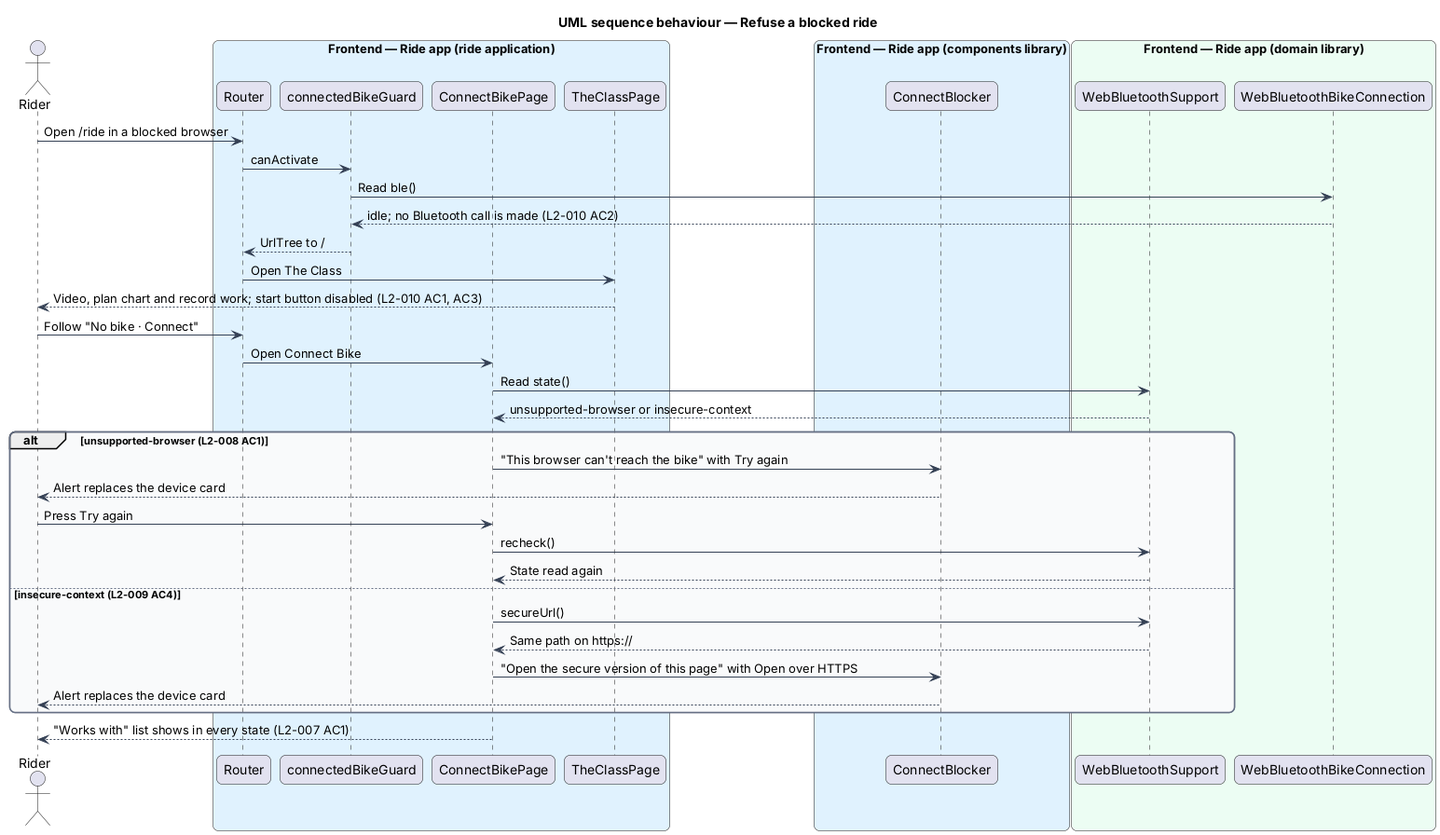
Earlier version of the PlantUML export docs/detailed-designs/bike/check-bike-and-browser-support/diagrams/sequence-refuse-a-blocked-ride.png (QuinntyneBrown/ride-one).
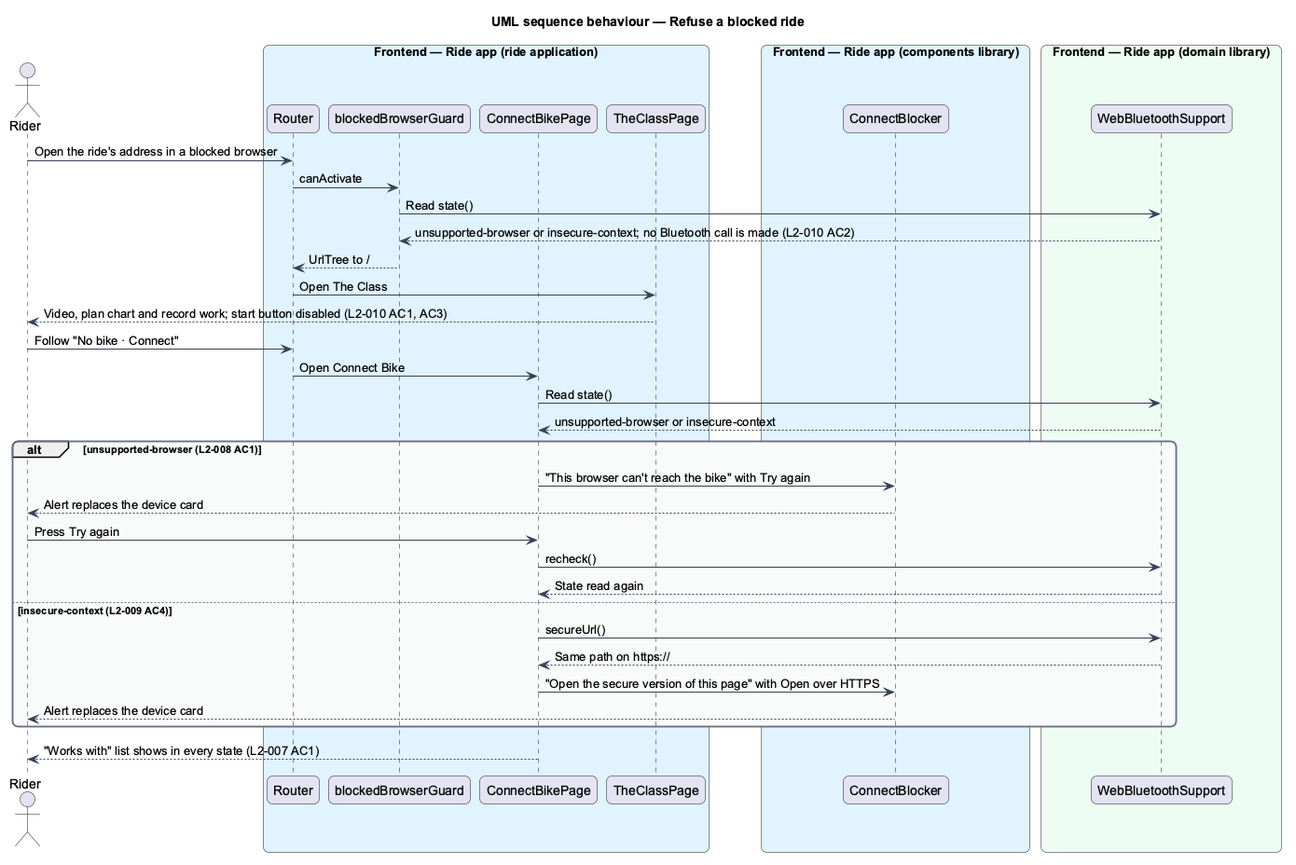
After the commit.

Diff of the diagram source:
```diff
@@ -17,7 +17,7 @@
 actor "Rider" as rider
 box "Frontend — Ride app (ride application)" #E0F2FE
   participant "Router" as router
-  participant "connectedBikeGuard" as guard
+  participant "blockedBrowserGuard" as guard
   participant "ConnectBikePage" as connect
   participant "TheClassPage" as page
 end box
@@ -26,12 +26,11 @@
 end box
 box "Frontend — Ride app (domain library)" #ECFDF3
   participant "WebBluetoothSupport" as support
-  participant "WebBluetoothBikeConnection" as connection
 end box
-rider -> router : Open /ride in a blocked browser
+rider -> router : Open the ride's address in a blocked browser
 router -> guard : canActivate
-guard -> connection : Read ble()
-connection --> guard : idle; no Bluetooth call is made (L2-010 AC2)
+guard -> support : Read state()
+support --> guard : unsupported-browser or insecure-context; no Bluetooth call is made (L2-010 AC2)
 guard --> router : UrlTree to /
 router -> page : Open The Class
 page --> rider : Video, plan chart and record work; start button disabled (L2-010 AC1, AC3)
```
